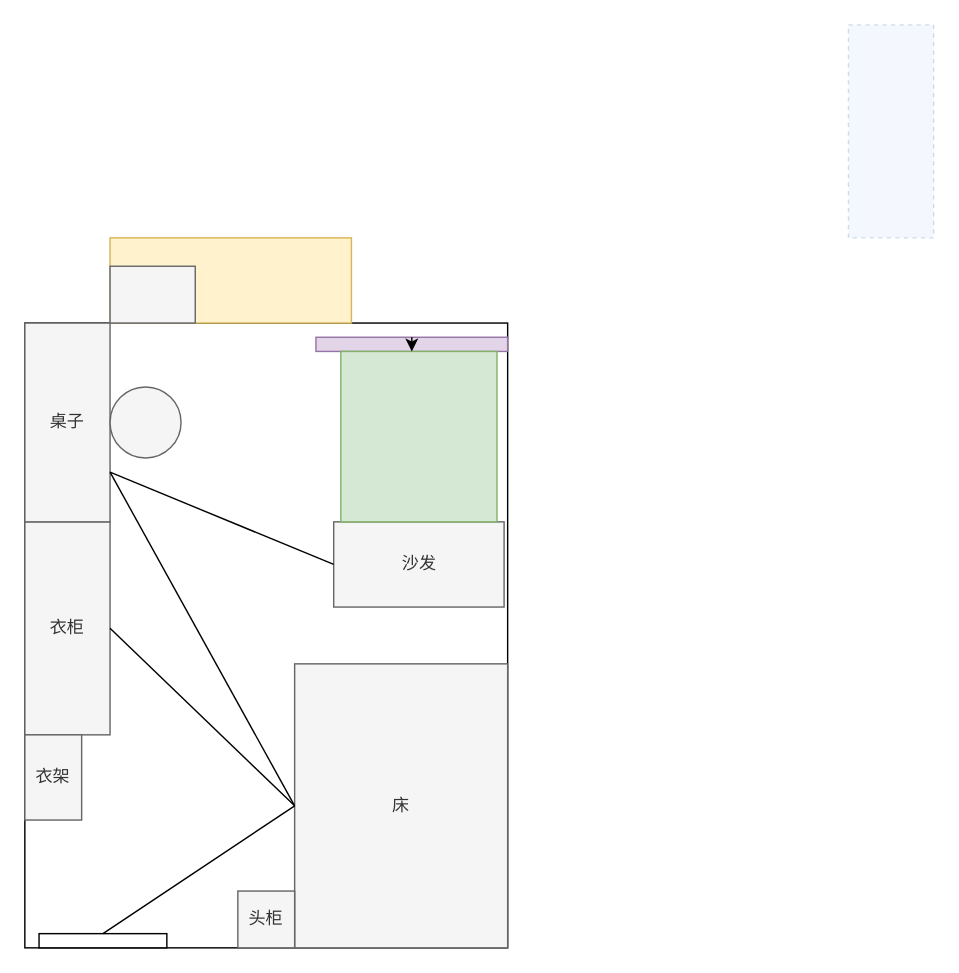
Rightglow/easy_timer keeps this draw.io diagram as Untitled Diagram.drawio. Above is the earlier version. Source tidied: cells renumbered, new cells numbered last; positions are measured from the earlier drawing's top-left corner, leaving out a move shared by most shapes. Both pictures are drawn from the tidied source at 142%, with x=0, y=0 at pixel (24, 24).
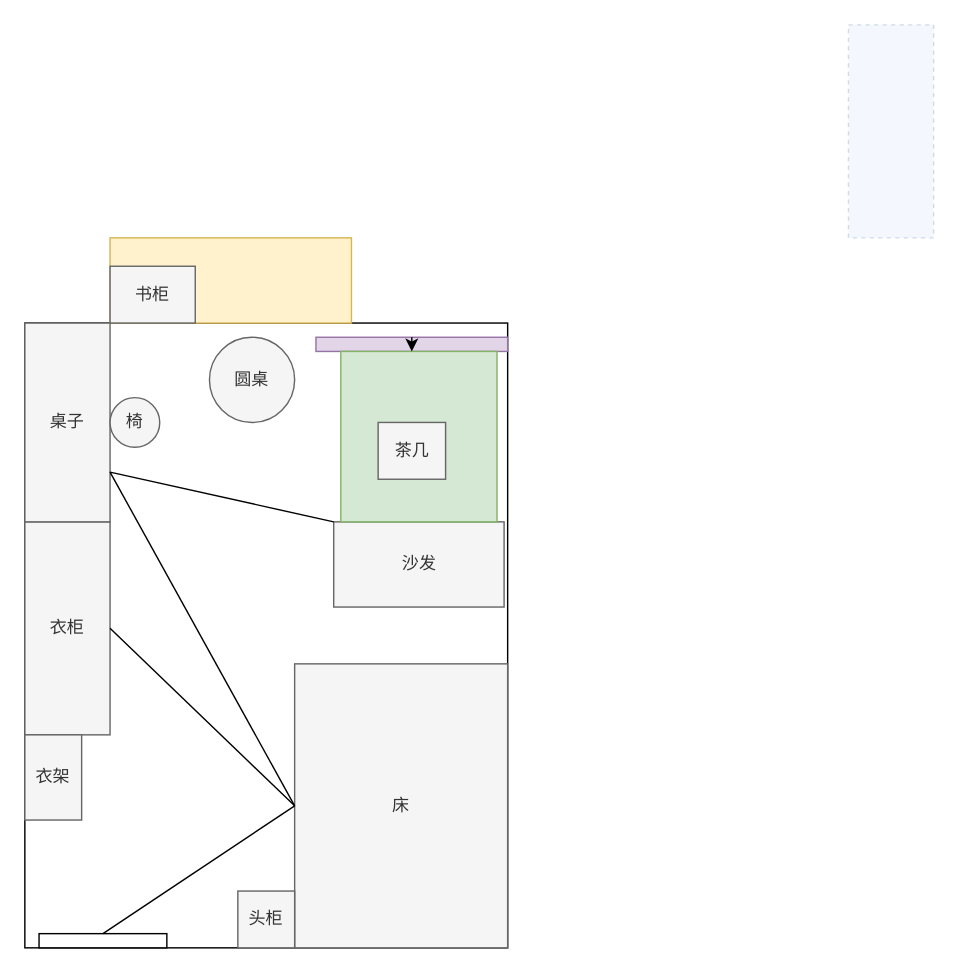
After the change.

The change refers to these unchanged cells:
```xml
<mxCell id="9" value="桌子" style="rounded=0;whiteSpace=wrap;html=1;fillColor=#f5f5f5;fontColor=#333333;strokeColor=#666666;direction=south;" parent="1" vertex="1">
  <mxGeometry y="210" width="60" height="140" as="geometry" />
</mxCell>
<mxCell id="13" value="沙发" style="rounded=0;whiteSpace=wrap;html=1;fillColor=#f5f5f5;fontColor=#333333;strokeColor=#666666;direction=south;" parent="1" vertex="1">
  <mxGeometry x="217.5" y="350" width="120" height="60" as="geometry" />
</mxCell>
```

What changed in the source:
```diff
@@
-    <mxCell id="7" style="rounded=0;whiteSpace=wrap;html=1;fillColor=#f5f5f5;fontColor=#333333;strokeColor=#666666;" parent="1" vertex="1">
+    <mxCell id="7" value="书柜" style="rounded=0;whiteSpace=wrap;html=1;fillColor=#f5f5f5;fontColor=#333333;strokeColor=#666666;" parent="1" vertex="1">
       <mxGeometry x="60" y="170" width="60" height="40" as="geometry" />
     </mxCell>
@@
-    <mxCell id="10" style="ellipse;whiteSpace=wrap;html=1;fillColor=#f5f5f5;fontColor=#333333;strokeColor=#666666;" parent="1" vertex="1">
-      <mxGeometry x="60" y="255" width="50" height="50" as="geometry" />
+    <mxCell id="10" value="椅" style="ellipse;whiteSpace=wrap;html=1;fillColor=#f5f5f5;fontColor=#333333;strokeColor=#666666;" parent="1" vertex="1">
+      <mxGeometry x="60" y="262.5" width="35" height="35" as="geometry" />
     </mxCell>
@@
-    <mxCell id="19" style="endArrow=none;html=1;rounded=0;exitX=0.75;exitY=0;exitDx=0;exitDy=0;entryX=0.5;entryY=1;entryDx=0;entryDy=0;" parent="1" edge="1" source="9" target="13">
+    <mxCell id="19" style="endArrow=none;html=1;rounded=0;exitX=0.75;exitY=0;exitDx=0;exitDy=0;entryX=0;entryY=1;entryDx=0;entryDy=0;" parent="1" edge="1" source="9" target="13">
       <mxGeometry relative="1" as="geometry" />
     </mxCell>
@@
+    <mxCell id="21" value="茶几" style="rounded=0;whiteSpace=wrap;html=1;fillColor=#f5f5f5;fontColor=#333333;strokeColor=#666666;" parent="1" vertex="1">
+      <mxGeometry x="248.8" y="280" width="47.5" height="40" as="geometry" />
+    </mxCell>
+    <mxCell id="22" value="圆桌" style="ellipse;whiteSpace=wrap;html=1;fillColor=#f5f5f5;fontColor=#333333;strokeColor=#666666;" parent="1" vertex="1">
+      <mxGeometry x="130" y="220" width="60" height="60" as="geometry" />
+    </mxCell>
```
